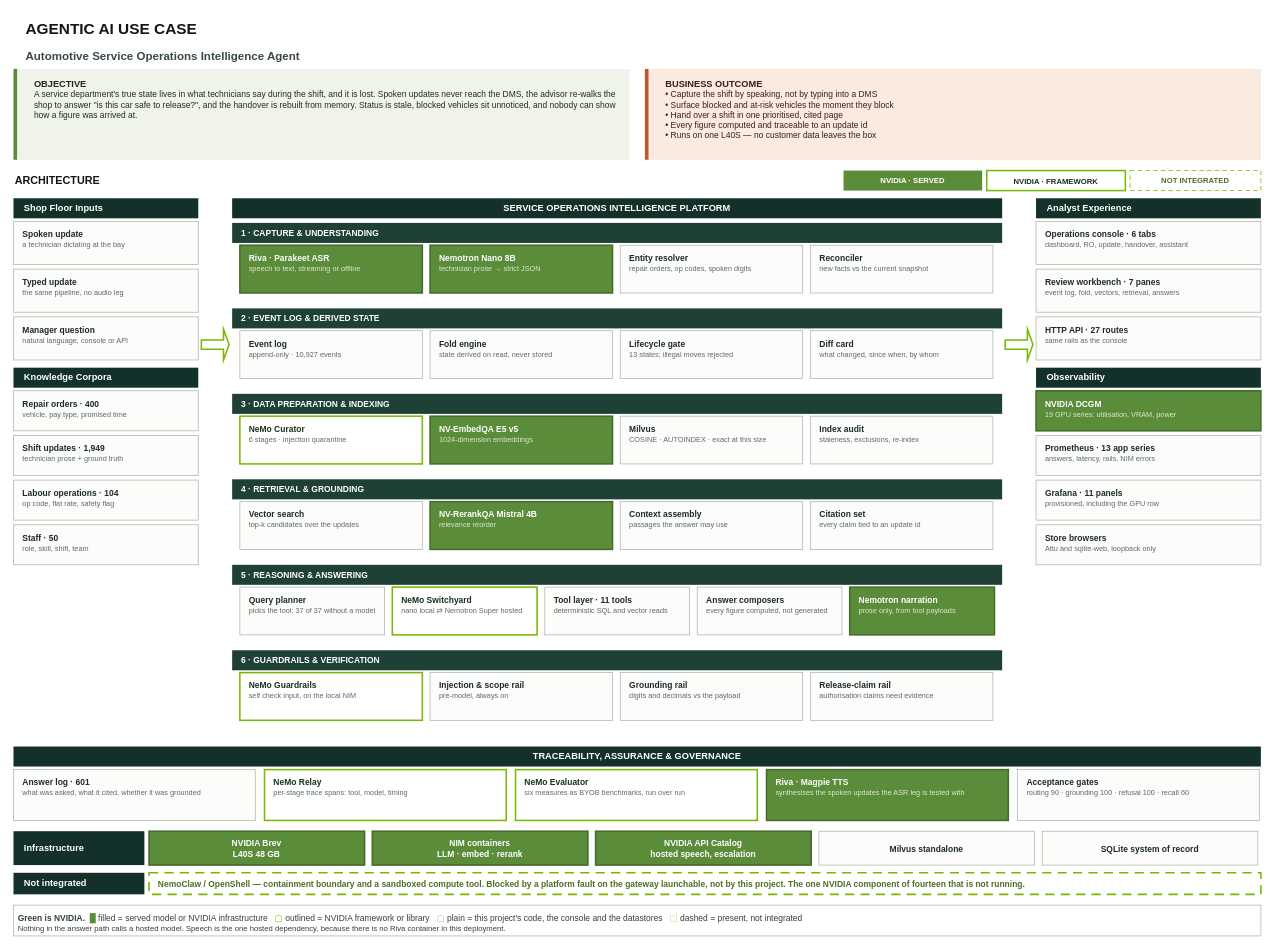
RaunakDasgupta/automotive-service-agent keeps this draw.io diagram as page "1 · Architecture" (1 of 7) of docs/architecture.drawio. Above is the earlier version. Source tidied: cells renumbered, new cells numbered last; positions are measured from the earlier drawing's top-left corner, leaving out a move shared by most shapes. Both pictures are drawn from the tidied source at 77%, with x=0, y=0 at pixel (13, 13).
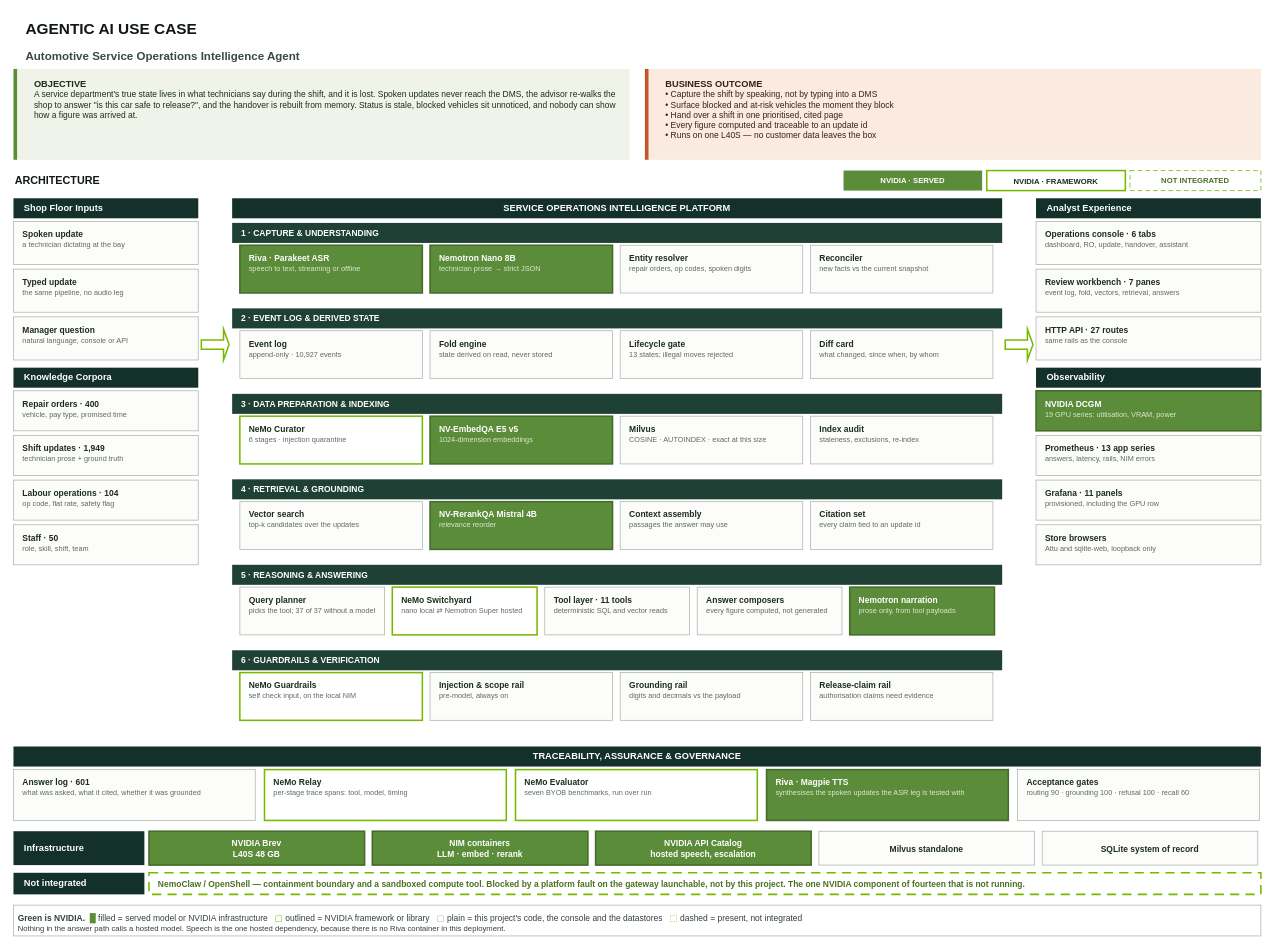
The same page after the edit.

Commit message (it also covers changes not shown here):
Three more NeMo Evaluator benchmarks, and the bug they found

What changed in the source:
```diff
@@
-    <mxCell id="65" value="&lt;b&gt;NeMo Evaluator&lt;/b&gt;&lt;br&gt;&lt;font style=&quot;font-size:9.5px;color:#5C6B64;&quot;&gt;six measures as BYOB benchmarks, run over run&lt;/font&gt;" style="rounded=0;whiteSpace=wrap;html=1;align=left;verticalAlign=top;spacing=4;spacingLeft=8;spacingTop=2;fontSize=11;fillColor=#FFFFFF;strokeColor=#76B900;strokeWidth=2;fontColor=#17301A;" parent="1" vertex="1">
+    <mxCell id="65" value="&lt;b&gt;NeMo Evaluator&lt;/b&gt;&lt;br&gt;&lt;font style=&quot;font-size:9.5px;color:#5C6B64;&quot;&gt;seven BYOB benchmarks, run over run&lt;/font&gt;" style="rounded=0;whiteSpace=wrap;html=1;align=left;verticalAlign=top;spacing=4;spacingLeft=8;spacingTop=2;fontSize=11;fillColor=#FFFFFF;strokeColor=#76B900;strokeWidth=2;fontColor=#17301A;" parent="1" vertex="1">
       <mxGeometry x="652" y="982" width="314" height="66" as="geometry" />
     </mxCell>
```
